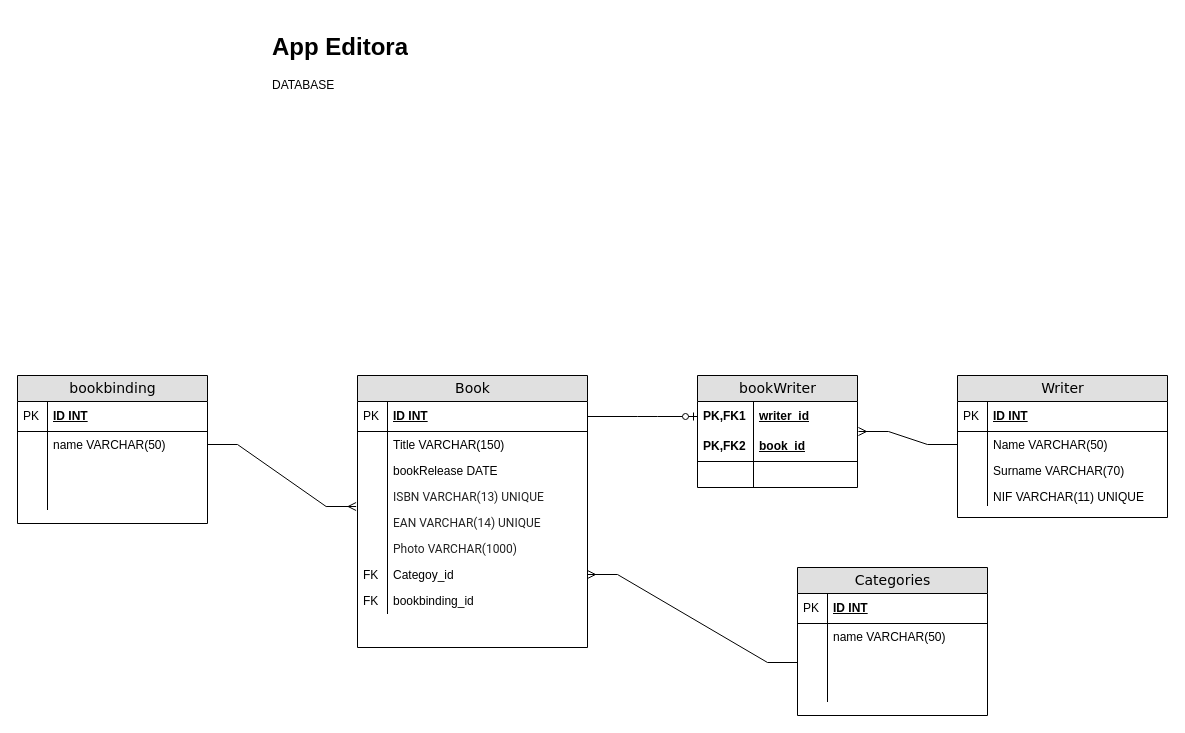
Before: Untitled Diagram.drawio in jonasnapoles/projectFinalDocs, a draw.io diagram. Source tidied: cells renumbered, new cells numbered last; positions are measured from the earlier drawing's top-left corner, leaving out a move shared by most shapes. Both pictures are drawn from the tidied source at 100%, with x=0, y=0 at pixel (17, 27).
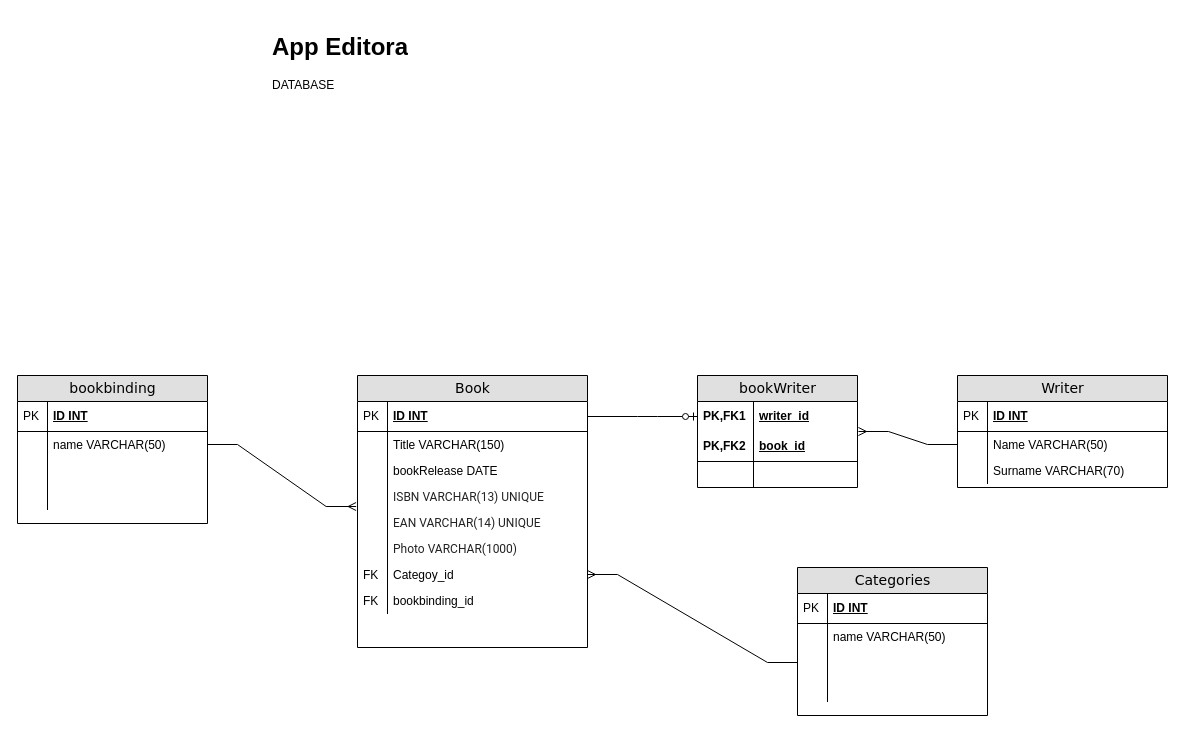
The same diagram, later.

Diff of the diagram source:
```diff
@@
     <mxCell id="9" value="Writer" style="swimlane;html=1;fontStyle=0;horizontal=1;startSize=26;fillColor=#e0e0e0;swimlaneFillColor=#ffffff;align=center;rounded=0;shadow=0;comic=0;labelBackgroundColor=none;strokeWidth=1;fontFamily=Verdana;fontSize=14;swimlaneLine=1;" parent="1" vertex="1">
-      <mxGeometry x="940" y="348" width="210" height="142" as="geometry" />
+      <mxGeometry x="940" y="348" width="210" height="112" as="geometry" />
     </mxCell>
@@
-    <mxCell id="16" value="NIF VARCHAR(11) UNIQUE" style="shape=partialRectangle;top=0;left=0;right=0;bottom=0;html=1;align=left;verticalAlign=top;fillColor=none;spacingLeft=34;spacingRight=4;whiteSpace=wrap;overflow=hidden;" parent="9" vertex="1">
-      <mxGeometry y="108" width="210" height="22" as="geometry" />
-    </mxCell>
-    <mxCell id="17" style="shape=partialRectangle;top=0;left=0;bottom=0;html=1;fillColor=none;align=left;verticalAlign=top;spacingLeft=4;spacingRight=4;whiteSpace=wrap;overflow=hidden;" parent="16" vertex="1">
-      <mxGeometry width="30" height="22" as="geometry" />
-    </mxCell>
```
